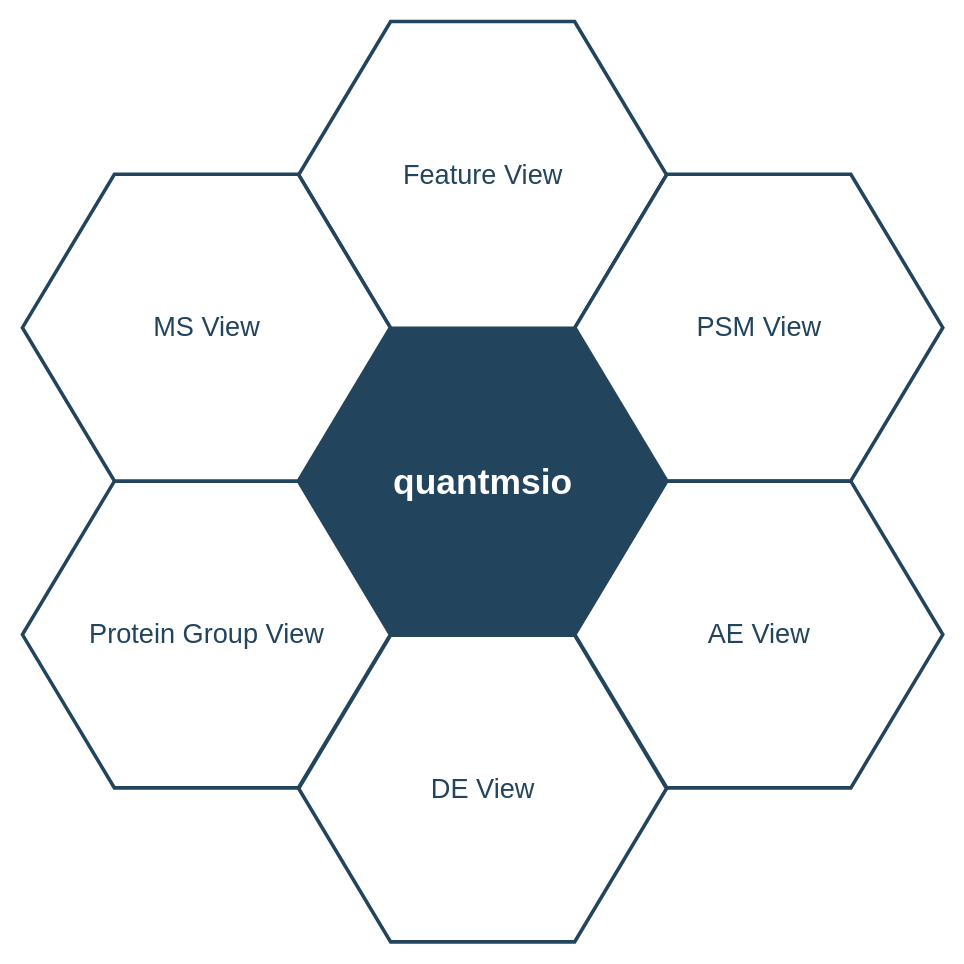
This is 未命名绘图.drawio from zprobot/zprobot, a draw.io file, before an edit. Source tidied: cells renumbered, new cells numbered last; positions are measured from the earlier drawing's top-left corner, leaving out a move shared by most shapes. Both pictures are drawn from the tidied source at 118%, with x=0, y=0 at pixel (21, 21).
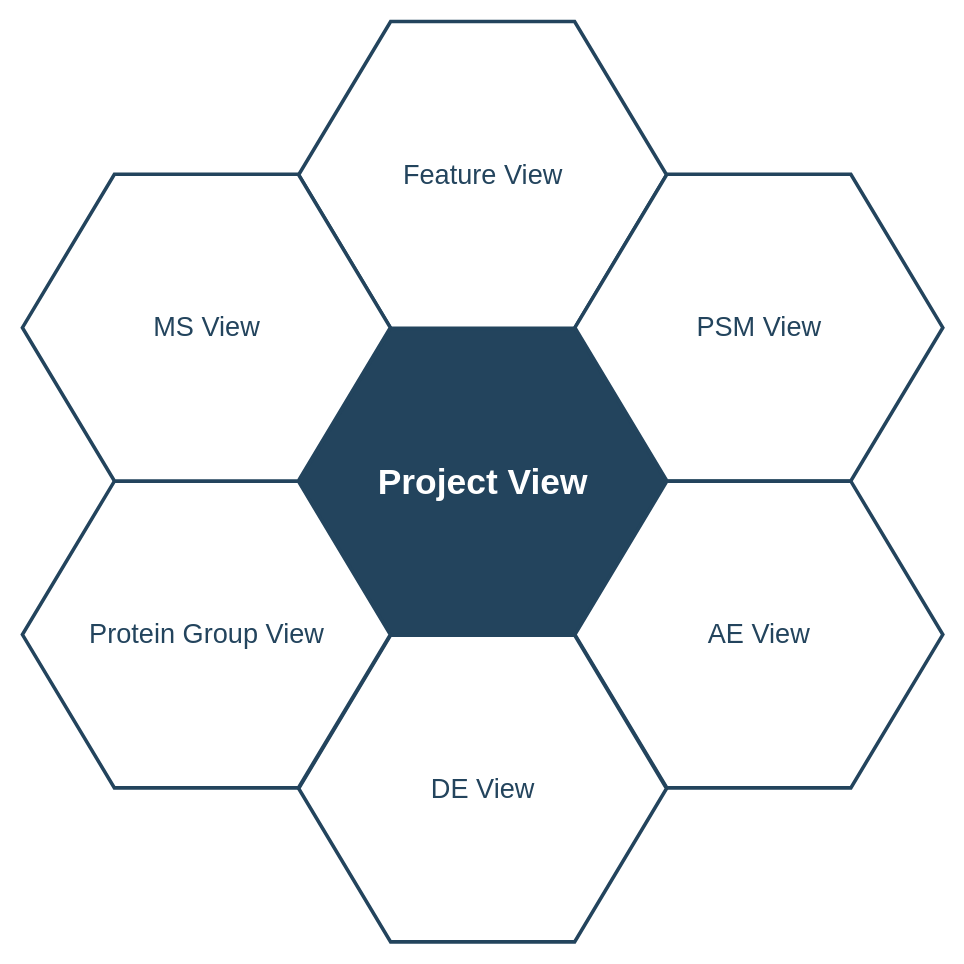
The same diagram, later.

Commit message:
更新未命名绘图.drawio

What changed in the source:
```diff
@@
 <mxGraphModel>
   <root>
     <mxCell id="0" />
     <mxCell id="1" parent="0" />
-    <mxCell id="2" value="&lt;font color=&quot;#ffffff&quot;&gt;&lt;span style=&quot;font-size: 30px;&quot;&gt;&lt;b&gt;quantmsio&lt;/b&gt;&lt;/span&gt;&lt;/font&gt;" style="shape=hexagon;perimeter=hexagonPerimeter2;whiteSpace=wrap;html=1;shadow=0;labelBackgroundColor=none;strokeColor=#23445D;fillColor=#23445D;gradientColor=none;fontFamily=Helvetica;fontSize=23;fontColor=#23445d;align=center;strokeWidth=3;" parent="1" vertex="1">
+    <mxCell id="2" value="&lt;font color=&quot;#ffffff&quot;&gt;&lt;span style=&quot;font-size: 30px;&quot;&gt;&lt;b&gt;Project View&lt;/b&gt;&lt;/span&gt;&lt;/font&gt;" style="shape=hexagon;perimeter=hexagonPerimeter2;whiteSpace=wrap;html=1;shadow=0;labelBackgroundColor=none;strokeColor=#23445D;fillColor=#23445D;gradientColor=none;fontFamily=Helvetica;fontSize=23;fontColor=#23445d;align=center;strokeWidth=3;" parent="1" vertex="1">
       <mxGeometry x="234.6" y="259.8" width="311.8" height="259.9" as="geometry" />
     </mxCell>
     <mxCell id="3" style="triangle;whiteSpace=wrap;html=1;shadow=0;labelBackgroundColor=none;strokeColor=none;fillColor=#FFFFFF;fontFamily=Helvetica;fontSize=17;fontColor=#23445d;align=center;rotation=90;gradientColor=none;flipV=1;flipH=1;opacity=20;" parent="1" vertex="1">
       <mxGeometry x="115.5" y="277.7" width="72" height="152" as="geometry" />
     </mxCell>
     <mxCell id="4" value="Feature View" style="shape=hexagon;perimeter=hexagonPerimeter2;whiteSpace=wrap;html=1;shadow=0;labelBackgroundColor=none;strokeColor=#23445D;fillColor=#ffffff;gradientColor=none;fontFamily=Helvetica;fontSize=23;fontColor=#23445D;align=center;strokeWidth=3;" parent="1" vertex="1">
       <mxGeometry x="234.6" y="-0.3" width="311.8" height="259.9" as="geometry" />
     </mxCell>
     <mxCell id="5" value="&lt;font style=&quot;font-size: 23px&quot;&gt;PSM View&lt;/font&gt;" style="shape=hexagon;perimeter=hexagonPerimeter2;whiteSpace=wrap;html=1;shadow=0;labelBackgroundColor=none;strokeColor=#23445D;fillColor=#FFFFFF;gradientColor=none;fontFamily=Helvetica;fontSize=23;fontColor=#23445d;align=center;strokeWidth=3;" parent="1" vertex="1">
       <mxGeometry x="468.7" y="129.2" width="311.8" height="259.9" as="geometry" />
     </mxCell>
     <mxCell id="6" value="&lt;font style=&quot;font-size: 23px&quot;&gt;AE View&lt;/font&gt;" style="shape=hexagon;perimeter=hexagonPerimeter2;whiteSpace=wrap;html=1;shadow=0;labelBackgroundColor=none;strokeColor=#23445D;fillColor=#FFFFFF;gradientColor=none;fontFamily=Helvetica;fontSize=23;fontColor=#23445d;align=center;strokeWidth=3;" parent="1" vertex="1">
       <mxGeometry x="468.7" y="389.3" width="311.8" height="259.9" as="geometry" />
     </mxCell>
     <mxCell id="7" value="&lt;font style=&quot;font-size: 23px&quot;&gt;DE View&lt;/font&gt;" style="shape=hexagon;perimeter=hexagonPerimeter2;whiteSpace=wrap;html=1;shadow=0;labelBackgroundColor=none;strokeColor=#23445D;fillColor=#FFFFFF;gradientColor=none;fontFamily=Helvetica;fontSize=23;fontColor=#23445d;align=center;strokeWidth=3;" parent="1" vertex="1">
       <mxGeometry x="234.6" y="519.8" width="311.8" height="259.9" as="geometry" />
     </mxCell>
     <mxCell id="8" value="&lt;font style=&quot;font-size: 23px&quot;&gt;Protein Group View&lt;/font&gt;" style="shape=hexagon;perimeter=hexagonPerimeter2;whiteSpace=wrap;html=1;shadow=0;labelBackgroundColor=none;strokeColor=#23445D;fillColor=#FFFFFF;gradientColor=none;fontFamily=Helvetica;fontSize=23;fontColor=#23445d;align=center;strokeWidth=3;" parent="1" vertex="1">
       <mxGeometry x="0.5" y="389.3" width="311.8" height="259.9" as="geometry" />
     </mxCell>
     <mxCell id="9" value="&lt;font style=&quot;font-size: 23px;&quot;&gt;MS View&lt;/font&gt;" style="shape=hexagon;perimeter=hexagonPerimeter2;whiteSpace=wrap;html=1;shadow=0;labelBackgroundColor=none;strokeColor=#23445D;fillColor=#ffffff;gradientColor=none;fontFamily=Helvetica;fontSize=23;fontColor=#23445D;align=center;strokeWidth=3;" parent="1" vertex="1">
       <mxGeometry x="0.5" y="129.2" width="311.8" height="259.9" as="geometry" />
     </mxCell>
   </root>
 </mxGraphModel>
```
